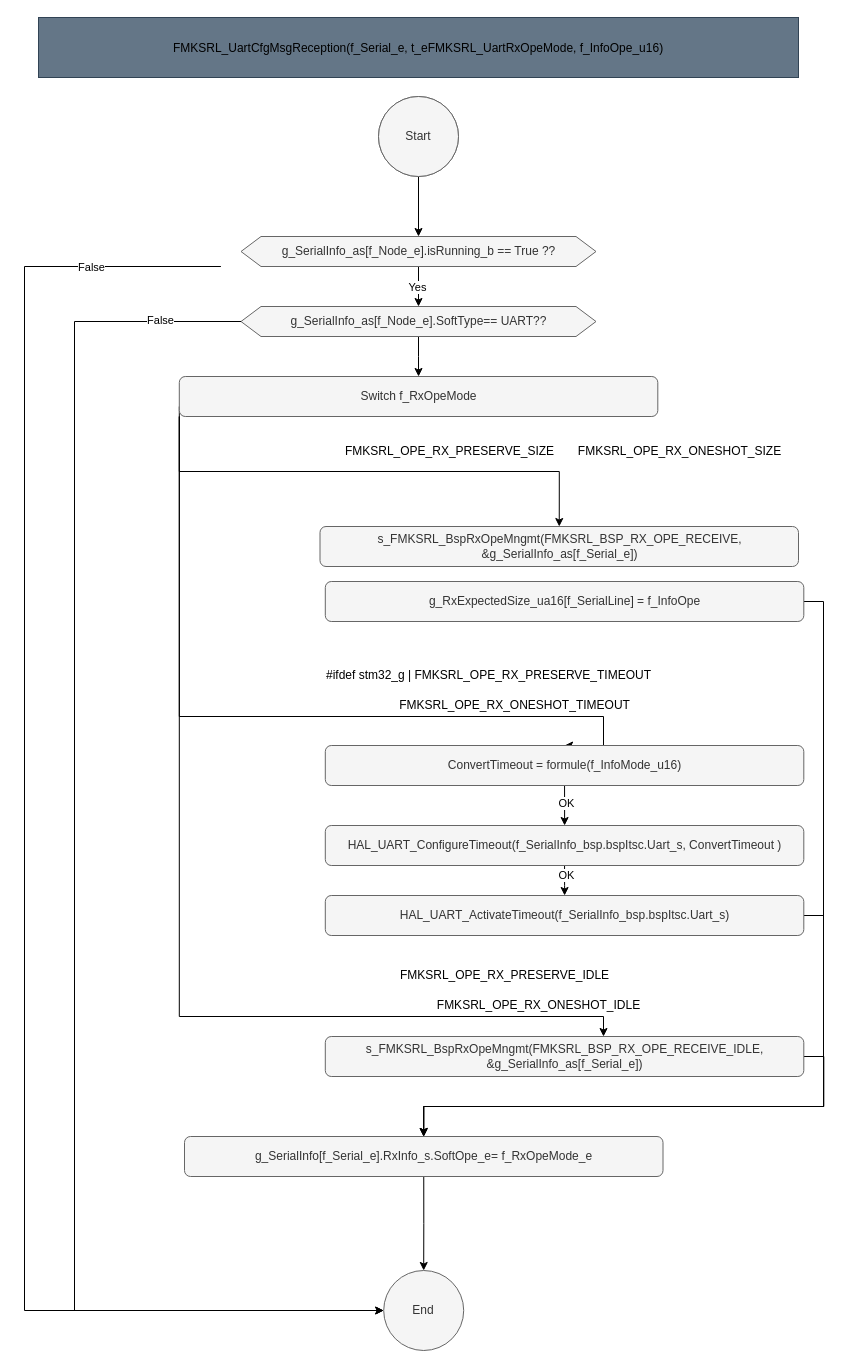
Above: page "Receive" (7 of 15) of src/1_FMK/FMK_HAL/FMK_SRL/Doc/Design/SerialDesign.drawio in mbarbeau0545/PickersRobotPOC (draw.io), before the change. Source tidied: cells renumbered, new cells numbered last; positions are measured from the earlier drawing's top-left corner, leaving out a move shared by most shapes. Both pictures are drawn from the tidied source at 100%, with x=0, y=0 at pixel (24, 17).
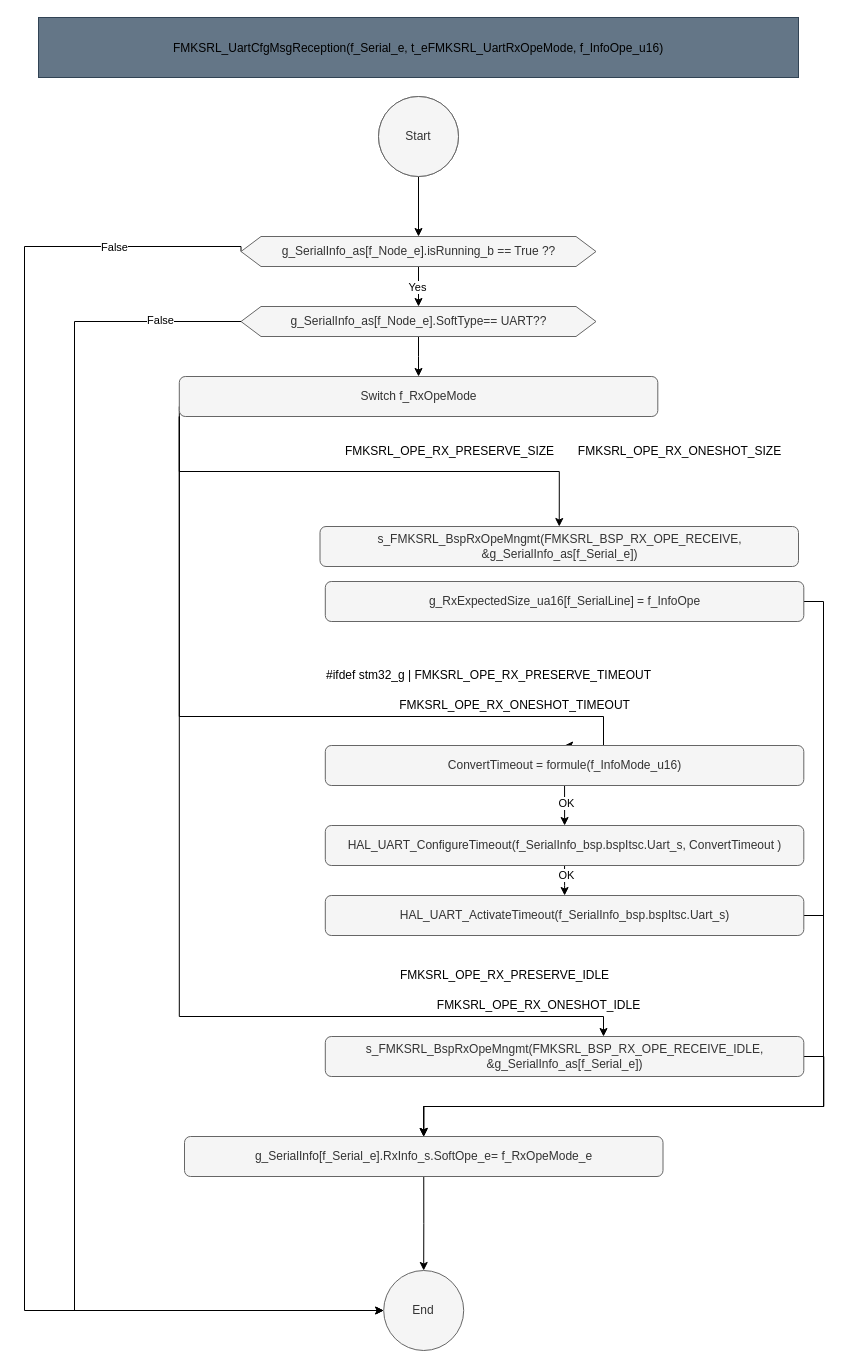
After the change.

The change refers to these unchanged cells:
```xml
<mxCell id="10" value="g_SerialInfo_as[f_Node_e].isRunning_b == True ??" style="shape=hexagon;perimeter=hexagonPerimeter2;whiteSpace=wrap;html=1;fixedSize=1;fillColor=#f5f5f5;fontColor=#333333;strokeColor=#666666;" parent="1" vertex="1">
  <mxGeometry x="216.5" y="219" width="355" height="30" as="geometry" />
</mxCell>
<mxCell id="15" value="End" style="ellipse;whiteSpace=wrap;html=1;fillColor=#f5f5f5;fontColor=#333333;strokeColor=#666666;" parent="1" vertex="1">
  <mxGeometry x="359.2" y="1253" width="80" height="80" as="geometry" />
</mxCell>
```

Diff of the diagram source:
```diff
@@
-    <mxCell id="6" style="edgeStyle=orthogonalEdgeStyle;rounded=0;jettySize=auto;html=1;exitX=0;exitY=0.5;exitDx=0;exitDy=0;entryX=0;entryY=0.5;entryDx=0;entryDy=0;" parent="1" edge="1" target="15">
+    <mxCell id="6" style="edgeStyle=orthogonalEdgeStyle;rounded=0;jettySize=auto;html=1;exitX=0;exitY=0.5;exitDx=0;exitDy=0;entryX=0;entryY=0.5;entryDx=0;entryDy=0;" parent="1" edge="1" source="10" target="15">
       <mxGeometry relative="1" as="geometry">
-        <mxPoint x="196.4" y="249" as="sourcePoint" />
         <Array as="points">
-          <mxPoint y="249" />
+          <mxPoint x="217" y="229" />
+          <mxPoint y="229" />
           <mxPoint y="1293" />
         </Array>
       </mxGeometry>
     </mxCell>
```
